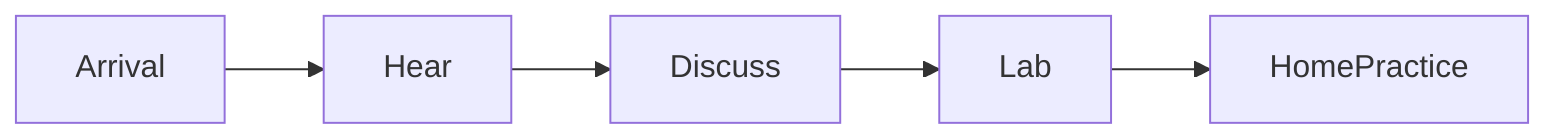
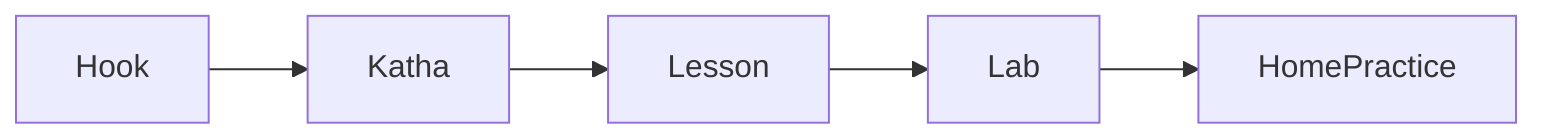
flowchart LR
-   Arrival --> Hear --> Discuss --> Lab --> HomePractice
+   Hook --> Katha --> Lesson --> Lab --> HomePractice
